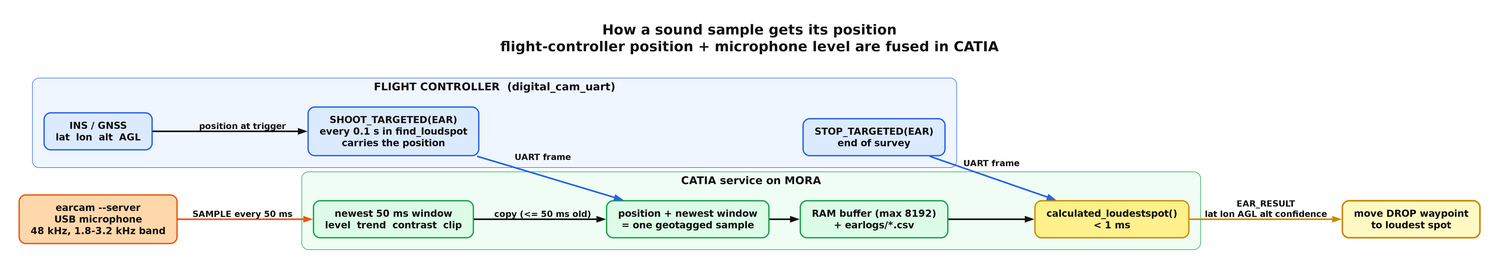
This is sw/airborne/modules/digital_cam/catia/documentation/html/earcam-dataflow.png from tudelft/paparazzi, a Graphviz export, as it was before one commit. Its source is kept beside it as sw/airborne/modules/digital_cam/catia/documentation/earcam-dataflow.dot. Its diagram source:
```dot
digraph earcam_dataflow {
  graph [rankdir=LR, bgcolor="#ffffff", fontname="DejaVu Sans Bold", fontsize=26,
         fontcolor="#111111", pad=0.5, nodesep=0.55, ranksep=0.8, splines=spline, newrank=true,
         label="How a sound sample gets its position\nflight-controller position + microphone level are fused in CATIA\n ", labelloc=t];
  node  [shape=box, style="rounded,filled", fontname="DejaVu Sans Bold", fontsize=18,
         fontcolor="#111111", color="#111111", penwidth=2.5, margin="0.30,0.18"];
  edge  [fontname="DejaVu Sans Bold", fontsize=16, fontcolor="#111111", color="#111111",
         penwidth=3.0, arrowsize=1.2];

  subgraph cluster_fc {
    label="FLIGHT CONTROLLER  (digital_cam_uart)"; fontsize=20; color="#2563eb";
    fillcolor="#eff6ff"; style="rounded,filled"; margin=22; fontcolor="#111111";
    ins   [label="INS / GNSS\nlat  lon  alt  AGL", fillcolor="#dbeafe", color="#2563eb"];
    shoot [label="SHOOT_TARGETED(EAR)\nevery 0.1 s in find_loudspot\ncarries the position", fillcolor="#dbeafe", color="#2563eb"];
    stop  [label="STOP_TARGETED(EAR)\nend of survey", fillcolor="#dbeafe", color="#2563eb"];
  }

  mic [label="earcam --server\nUSB microphone\n48 kHz, 1.8-3.2 kHz band", fillcolor="#fed7aa", color="#ea580c"];

  subgraph cluster_mora {
    label="CATIA service on MORA"; fontsize=20; color="#16a34a";
    fillcolor="#f0fdf4"; style="rounded,filled"; margin=22; fontcolor="#111111";
    newest [label="newest 50 ms window\nlevel  trend  contrast  clip", fillcolor="#dcfce7", color="#16a34a"];
    fuse   [label="position + newest window\n= one geotagged sample", fillcolor="#dcfce7", color="#16a34a"];
    buffer [label="RAM buffer (max 8192)\n+ earlogs/*.csv", fillcolor="#dcfce7", color="#16a34a"];
    solve  [label="calculated_loudestspot()\n< 1 ms", fillcolor="#fef08a", color="#ca8a04"];
  }

  drop [label="move DROP waypoint\nto loudest spot", fillcolor="#fef9c3", color="#ca8a04", penwidth=3.0];

  ins    -> shoot  [label="position at trigger"];
  shoot  -> fuse   [label="UART frame", color="#2563eb"];
  mic    -> newest [label="SAMPLE every 50 ms", color="#ea580c"];
  newest -> fuse   [label="copy (<= 50 ms old)"];
  fuse   -> buffer;
  buffer -> solve;
  stop   -> solve  [label="UART frame", color="#2563eb"];
  solve  -> drop   [label="EAR_RESULT\nlat lon AGL alt confidence", color="#ca8a04"];

  { rank=same; ins; mic; }
  { rank=same; buffer; stop; }
}
```
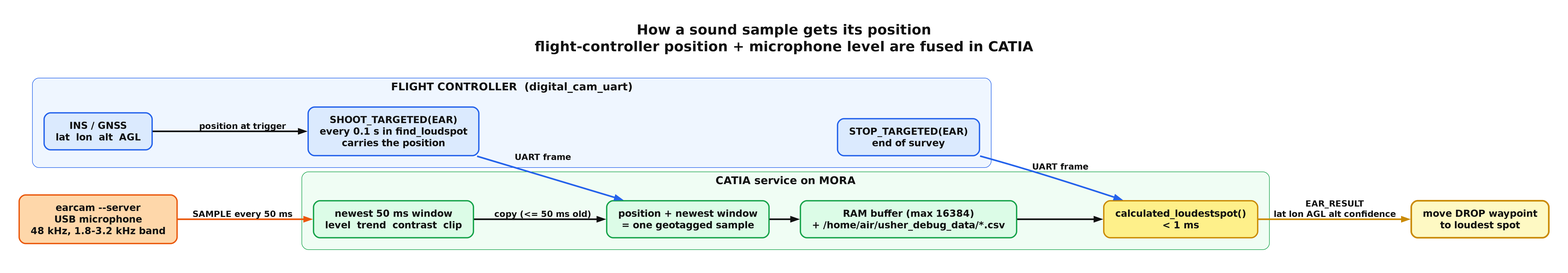
After the change.

The edit, as a diff of the source:
```diff
@@ -22,7 +22,7 @@
     fillcolor="#f0fdf4"; style="rounded,filled"; margin=22; fontcolor="#111111";
     newest [label="newest 50 ms window\nlevel  trend  contrast  clip", fillcolor="#dcfce7", color="#16a34a"];
     fuse   [label="position + newest window\n= one geotagged sample", fillcolor="#dcfce7", color="#16a34a"];
-    buffer [label="RAM buffer (max 8192)\n+ earlogs/*.csv", fillcolor="#dcfce7", color="#16a34a"];
+    buffer [label="RAM buffer (max 16384)\n+ /home/air/usher_debug_data/*.csv", fillcolor="#dcfce7", color="#16a34a"];
     solve  [label="calculated_loudestspot()\n< 1 ms", fillcolor="#fef08a", color="#ca8a04"];
   }
 
```
